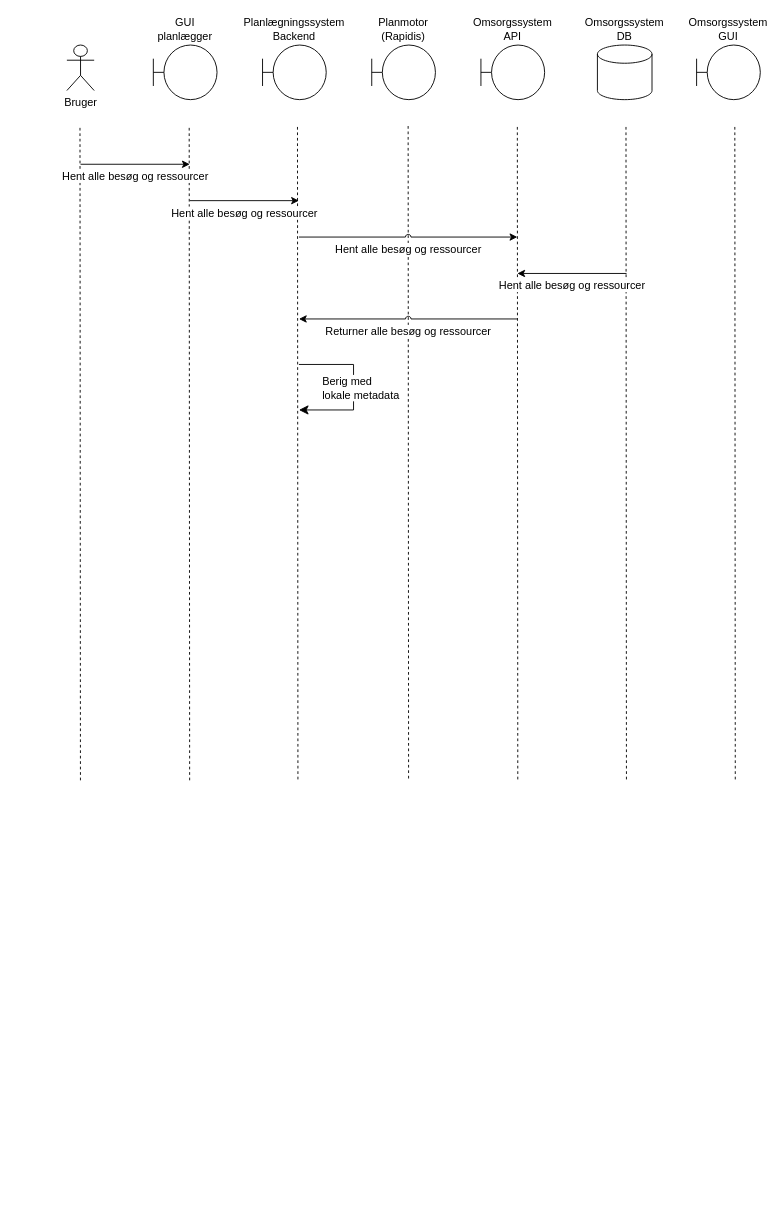
Earlier version of the draw.io diagram Untitled Diagram.drawio (Zaladk/drawio). Source tidied: cells renumbered, new cells numbered last; positions are measured from the earlier drawing's top-left corner, leaving out a move shared by most shapes. Both pictures are drawn from the tidied source at 91%, with x=0, y=0 at pixel (66, 45).
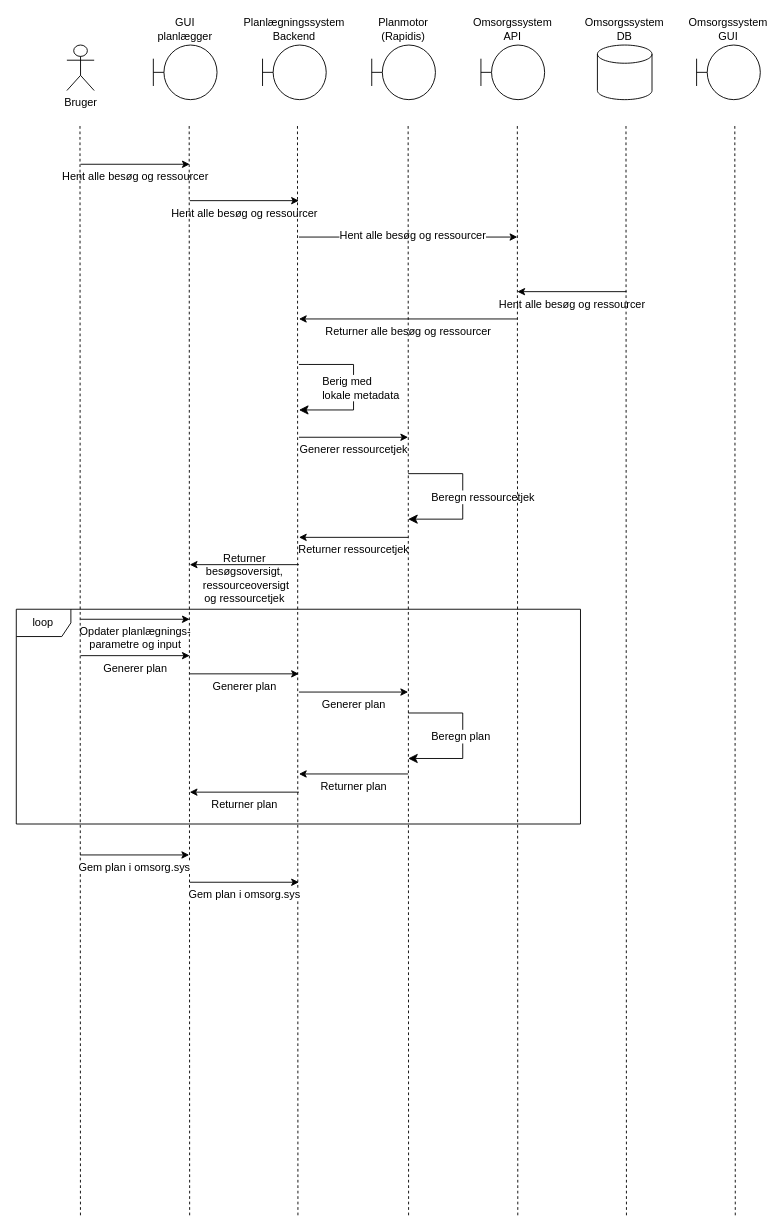
After the change.

What changed in the source:
```diff
@@
-    <mxCell id="3" style="endArrow=none;html=1;rounded=0;dashed=1;" parent="1" edge="1">
-      <mxGeometry relative="1" as="geometry">
-        <mxPoint x="14.9" y="808" as="sourcePoint" />
-        <mxPoint x="14.4" y="88" as="targetPoint" />
-      </mxGeometry>
-    </mxCell>
@@
-    <mxCell id="10" style="endArrow=none;html=1;rounded=0;dashed=1;" parent="1" edge="1">
-      <mxGeometry relative="1" as="geometry">
-        <mxPoint x="134.9" y="808" as="sourcePoint" />
-        <mxPoint x="134.4" y="88" as="targetPoint" />
-      </mxGeometry>
-    </mxCell>
@@
-    <mxCell id="12" style="endArrow=none;html=1;rounded=0;dashed=1;" parent="1" edge="1">
-      <mxGeometry relative="1" as="geometry">
-        <mxPoint x="253.9" y="807" as="sourcePoint" />
-        <mxPoint x="253.4" y="87" as="targetPoint" />
-      </mxGeometry>
-    </mxCell>
@@
-    <mxCell id="14" style="endArrow=none;html=1;rounded=0;dashed=1;" parent="1" edge="1">
-      <mxGeometry relative="1" as="geometry">
-        <mxPoint x="375.5" y="806" as="sourcePoint" />
-        <mxPoint x="375" y="86" as="targetPoint" />
-      </mxGeometry>
-    </mxCell>
-    <mxCell id="15" style="endArrow=none;html=1;rounded=0;dashed=1;" parent="1" edge="1">
-      <mxGeometry relative="1" as="geometry">
-        <mxPoint x="495.5" y="807" as="sourcePoint" />
-        <mxPoint x="495" y="87" as="targetPoint" />
-      </mxGeometry>
-    </mxCell>
-    <mxCell id="16" value="Hent alle besøg og ressourcer" style="endArrow=classic;html=1;rounded=0;fontFamily=Helvetica;fontSize=12;fontColor=default;labelPosition=center;verticalLabelPosition=bottom;align=center;verticalAlign=top;curved=0;strokeColor=default;jumpStyle=arc;" parent="1" edge="1">
-      <mxGeometry relative="1" as="geometry">
+    <mxCell id="16" value="Hent alle besøg og ressourcer" style="endArrow=classic;html=1;rounded=0;fontFamily=Helvetica;fontSize=12;fontColor=default;labelPosition=center;verticalLabelPosition=middle;align=center;verticalAlign=middle;curved=0;strokeColor=default;jumpStyle=arc;" parent="1" edge="1">
+      <mxGeometry x="0.04" y="1" relative="1" as="geometry">
         <mxPoint x="255" y="211" as="sourcePoint" />
         <mxPoint x="495" y="211" as="targetPoint" />
+        <Array as="points">
+          <mxPoint x="380" y="211" />
+        </Array>
       </mxGeometry>
     </mxCell>
-    <mxCell id="17" style="endArrow=none;html=1;rounded=0;dashed=1;" parent="1" edge="1">
-      <mxGeometry relative="1" as="geometry">
-        <mxPoint x="614.9" y="807" as="sourcePoint" />
-        <mxPoint x="614.4" y="87" as="targetPoint" />
-      </mxGeometry>
-    </mxCell>
-    <mxCell id="18" style="endArrow=none;html=1;rounded=0;dashed=1;" parent="1" edge="1">
-      <mxGeometry relative="1" as="geometry">
-        <mxPoint x="734.5" y="807" as="sourcePoint" />
-        <mxPoint x="734" y="87" as="targetPoint" />
-      </mxGeometry>
-    </mxCell>
     <mxCell id="19" value="Hent alle besøg og ressourcer" style="endArrow=none;html=1;rounded=0;fontFamily=Helvetica;fontSize=12;fontColor=default;labelPosition=center;verticalLabelPosition=bottom;align=center;verticalAlign=top;startArrow=classic;startFill=1;" parent="1" edge="1">
       <mxGeometry relative="1" as="geometry">
-        <mxPoint x="495" y="251" as="sourcePoint" />
-        <mxPoint x="615" y="251" as="targetPoint" />
+        <mxPoint x="495" y="271" as="sourcePoint" />
+        <mxPoint x="615" y="271" as="targetPoint" />
       </mxGeometry>
     </mxCell>
@@
+    <mxCell id="23" value="Generer ressourcetjek" style="endArrow=classic;html=1;rounded=0;fontFamily=Helvetica;fontSize=12;fontColor=default;labelPosition=center;verticalLabelPosition=bottom;align=center;verticalAlign=top;" parent="1" edge="1">
+      <mxGeometry relative="1" as="geometry">
+        <mxPoint x="255" y="431" as="sourcePoint" />
+        <mxPoint x="375" y="431" as="targetPoint" />
+      </mxGeometry>
+    </mxCell>
+    <mxCell id="24" style="edgeStyle=elbowEdgeStyle;elbow=horizontal;endArrow=classic;html=1;curved=0;rounded=0;endSize=8;startSize=8;fontFamily=Helvetica;fontSize=12;fontColor=default;" parent="1" edge="1">
+      <mxGeometry relative="1" as="geometry">
+        <mxPoint x="375" y="471" as="sourcePoint" />
+        <mxPoint x="375" y="521" as="targetPoint" />
+        <Array as="points">
+          <mxPoint x="435" y="491" />
+        </Array>
+      </mxGeometry>
+    </mxCell>
+    <mxCell id="25" value="Beregn ressourcetjek" style="edgeLabel;html=1;align=left;verticalAlign=middle;strokeColor=default;fontFamily=Helvetica;fontSize=12;fontColor=default;fillColor=default;labelPosition=right;verticalLabelPosition=middle;" parent="24" vertex="1">
+      <mxGeometry x="-0.46" y="-2" relative="1" as="geometry">
+        <mxPoint x="-22" y="23" as="offset" />
+      </mxGeometry>
+    </mxCell>
+    <mxCell id="26" value="Returner ressourcetjek" style="endArrow=none;html=1;rounded=0;fontFamily=Helvetica;fontSize=12;fontColor=default;labelPosition=center;verticalLabelPosition=bottom;align=center;verticalAlign=top;startArrow=classic;startFill=1;" parent="1" edge="1">
+      <mxGeometry relative="1" as="geometry">
+        <mxPoint x="255" y="541" as="sourcePoint" />
+        <mxPoint x="375" y="541" as="targetPoint" />
+      </mxGeometry>
+    </mxCell>
+    <mxCell id="27" value="Returner&lt;div&gt;besøgsoversigt,&lt;div&gt;&amp;nbsp;ressourceoversigt&lt;/div&gt;&lt;div&gt;og ressourcetjek&lt;/div&gt;&lt;/div&gt;" style="endArrow=none;html=1;rounded=0;fontFamily=Helvetica;fontSize=12;fontColor=default;labelPosition=center;verticalLabelPosition=bottom;align=center;verticalAlign=top;startArrow=classic;startFill=1;labelBackgroundColor=none;" parent="1" edge="1">
+      <mxGeometry y="20" relative="1" as="geometry">
+        <mxPoint x="135" y="571" as="sourcePoint" />
+        <mxPoint x="255" y="571" as="targetPoint" />
+      </mxGeometry>
+    </mxCell>
+    <mxCell id="28" value="Opdater planlægnings-&lt;div&gt;parametre og input&lt;/div&gt;" style="endArrow=classic;html=1;rounded=0;fontFamily=Helvetica;fontSize=12;fontColor=default;labelPosition=center;verticalLabelPosition=bottom;align=center;verticalAlign=top;labelBackgroundColor=none;" parent="1" edge="1">
+      <mxGeometry relative="1" as="geometry">
+        <mxPoint x="15" y="631" as="sourcePoint" />
+        <mxPoint x="135" y="631" as="targetPoint" />
+      </mxGeometry>
+    </mxCell>
+    <mxCell id="29" value="Generer plan" style="endArrow=classic;html=1;rounded=0;fontFamily=Helvetica;fontSize=12;fontColor=default;labelPosition=center;verticalLabelPosition=bottom;align=center;verticalAlign=top;labelBackgroundColor=none;" parent="1" edge="1">
+      <mxGeometry relative="1" as="geometry">
+        <mxPoint x="15" y="671" as="sourcePoint" />
+        <mxPoint x="135" y="671" as="targetPoint" />
+      </mxGeometry>
+    </mxCell>
+    <mxCell id="30" value="Generer plan" style="endArrow=classic;html=1;rounded=0;fontFamily=Helvetica;fontSize=12;fontColor=default;labelPosition=center;verticalLabelPosition=bottom;align=center;verticalAlign=top;labelBackgroundColor=none;" parent="1" edge="1">
+      <mxGeometry relative="1" as="geometry">
+        <mxPoint x="135" y="691" as="sourcePoint" />
+        <mxPoint x="255" y="691" as="targetPoint" />
+      </mxGeometry>
+    </mxCell>
+    <mxCell id="31" value="Generer plan" style="endArrow=classic;html=1;rounded=0;fontFamily=Helvetica;fontSize=12;fontColor=default;labelPosition=center;verticalLabelPosition=bottom;align=center;verticalAlign=top;labelBackgroundColor=none;" parent="1" edge="1">
+      <mxGeometry relative="1" as="geometry">
+        <mxPoint x="255" y="711" as="sourcePoint" />
+        <mxPoint x="375" y="711" as="targetPoint" />
+      </mxGeometry>
+    </mxCell>
+    <mxCell id="32" style="edgeStyle=elbowEdgeStyle;elbow=horizontal;endArrow=classic;html=1;curved=0;rounded=0;endSize=8;startSize=8;fontFamily=Helvetica;fontSize=12;fontColor=default;" parent="1" edge="1">
+      <mxGeometry relative="1" as="geometry">
+        <mxPoint x="375" y="734" as="sourcePoint" />
+        <mxPoint x="375" y="784" as="targetPoint" />
+        <Array as="points">
+          <mxPoint x="435" y="754" />
+        </Array>
+      </mxGeometry>
+    </mxCell>
+    <mxCell id="33" value="Beregn plan" style="edgeLabel;html=1;align=left;verticalAlign=middle;strokeColor=default;fontFamily=Helvetica;fontSize=12;fontColor=default;fillColor=default;labelPosition=right;verticalLabelPosition=middle;" parent="32" vertex="1">
+      <mxGeometry x="-0.46" y="-2" relative="1" as="geometry">
+        <mxPoint x="-22" y="23" as="offset" />
+      </mxGeometry>
+    </mxCell>
+    <mxCell id="34" value="Returner plan" style="endArrow=none;html=1;rounded=0;fontFamily=Helvetica;fontSize=12;fontColor=default;labelPosition=center;verticalLabelPosition=bottom;align=center;verticalAlign=top;startArrow=classic;startFill=1;" parent="1" edge="1">
+      <mxGeometry relative="1" as="geometry">
+        <mxPoint x="255" y="801" as="sourcePoint" />
+        <mxPoint x="375" y="801" as="targetPoint" />
+      </mxGeometry>
+    </mxCell>
+    <mxCell id="35" value="Returner plan" style="endArrow=none;html=1;rounded=0;fontFamily=Helvetica;fontSize=12;fontColor=default;labelPosition=center;verticalLabelPosition=bottom;align=center;verticalAlign=top;startArrow=classic;startFill=1;" parent="1" edge="1">
+      <mxGeometry relative="1" as="geometry">
+        <mxPoint x="135" y="821" as="sourcePoint" />
+        <mxPoint x="255" y="821" as="targetPoint" />
+      </mxGeometry>
+    </mxCell>
+    <mxCell id="36" style="group;" parent="1" vertex="1">
+      <mxGeometry x="14.4" y="86" width="720.1" height="1200" as="geometry" />
+    </mxCell>
+    <mxCell id="3" style="endArrow=none;html=1;rounded=0;dashed=1;" parent="36" edge="1">
+      <mxGeometry relative="1" as="geometry">
+        <mxPoint x="0.5" y="1200" as="sourcePoint" />
+        <mxPoint y="2" as="targetPoint" />
+      </mxGeometry>
+    </mxCell>
+    <mxCell id="10" style="endArrow=none;html=1;rounded=0;dashed=1;" parent="36" edge="1">
+      <mxGeometry relative="1" as="geometry">
+        <mxPoint x="120.5" y="1200" as="sourcePoint" />
+        <mxPoint x="120" y="2" as="targetPoint" />
+      </mxGeometry>
+    </mxCell>
+    <mxCell id="12" style="endArrow=none;html=1;rounded=0;dashed=1;" parent="36" edge="1">
+      <mxGeometry relative="1" as="geometry">
+        <mxPoint x="239.5" y="1200" as="sourcePoint" />
+        <mxPoint x="239" y="1" as="targetPoint" />
+      </mxGeometry>
+    </mxCell>
+    <mxCell id="14" style="endArrow=none;html=1;rounded=0;dashed=1;" parent="36" edge="1">
+      <mxGeometry relative="1" as="geometry">
+        <mxPoint x="361.1" y="1200" as="sourcePoint" />
+        <mxPoint x="360.6" as="targetPoint" />
+      </mxGeometry>
+    </mxCell>
+    <mxCell id="15" style="endArrow=none;html=1;rounded=0;dashed=1;" parent="36" edge="1">
+      <mxGeometry relative="1" as="geometry">
+        <mxPoint x="481.1" y="1200" as="sourcePoint" />
+        <mxPoint x="480.6" y="1" as="targetPoint" />
+      </mxGeometry>
+    </mxCell>
+    <mxCell id="37" style="group;" parent="36" vertex="1">
+      <mxGeometry x="600" y="1" width="120.1" height="1199" as="geometry" />
+    </mxCell>
+    <mxCell id="17" style="endArrow=none;html=1;rounded=0;dashed=1;" parent="37" edge="1">
+      <mxGeometry relative="1" as="geometry">
+        <mxPoint x="0.5" y="1199" as="sourcePoint" />
+        <mxPoint as="targetPoint" />
+      </mxGeometry>
+    </mxCell>
+    <mxCell id="18" style="endArrow=none;html=1;rounded=0;dashed=1;" parent="37" edge="1">
+      <mxGeometry relative="1" as="geometry">
+        <mxPoint x="120.1" y="1199" as="sourcePoint" />
+        <mxPoint x="119.6" as="targetPoint" />
+      </mxGeometry>
+    </mxCell>
+    <mxCell id="38" value="loop" style="shape=umlFrame;whiteSpace=wrap;html=1;" parent="36" vertex="1">
+      <mxGeometry x="-70" y="534" width="620" height="236" as="geometry" />
+    </mxCell>
+    <mxCell id="39" value="Gem plan i omsorg.sys" style="endArrow=classic;html=1;rounded=0;fontFamily=Helvetica;fontSize=12;fontColor=default;labelPosition=center;verticalLabelPosition=bottom;align=center;verticalAlign=top;" parent="36" edge="1">
+      <mxGeometry relative="1" as="geometry">
+        <mxPoint y="804" as="sourcePoint" />
+        <mxPoint x="120" y="804" as="targetPoint" />
+      </mxGeometry>
+    </mxCell>
+    <mxCell id="40" value="Gem plan i omsorg.sys" style="endArrow=classic;html=1;rounded=0;fontFamily=Helvetica;fontSize=12;fontColor=default;labelPosition=center;verticalLabelPosition=bottom;align=center;verticalAlign=top;" parent="36" edge="1">
+      <mxGeometry relative="1" as="geometry">
+        <mxPoint x="120.6" y="834" as="sourcePoint" />
+        <mxPoint x="240.6" y="834" as="targetPoint" />
+      </mxGeometry>
+    </mxCell>
```
